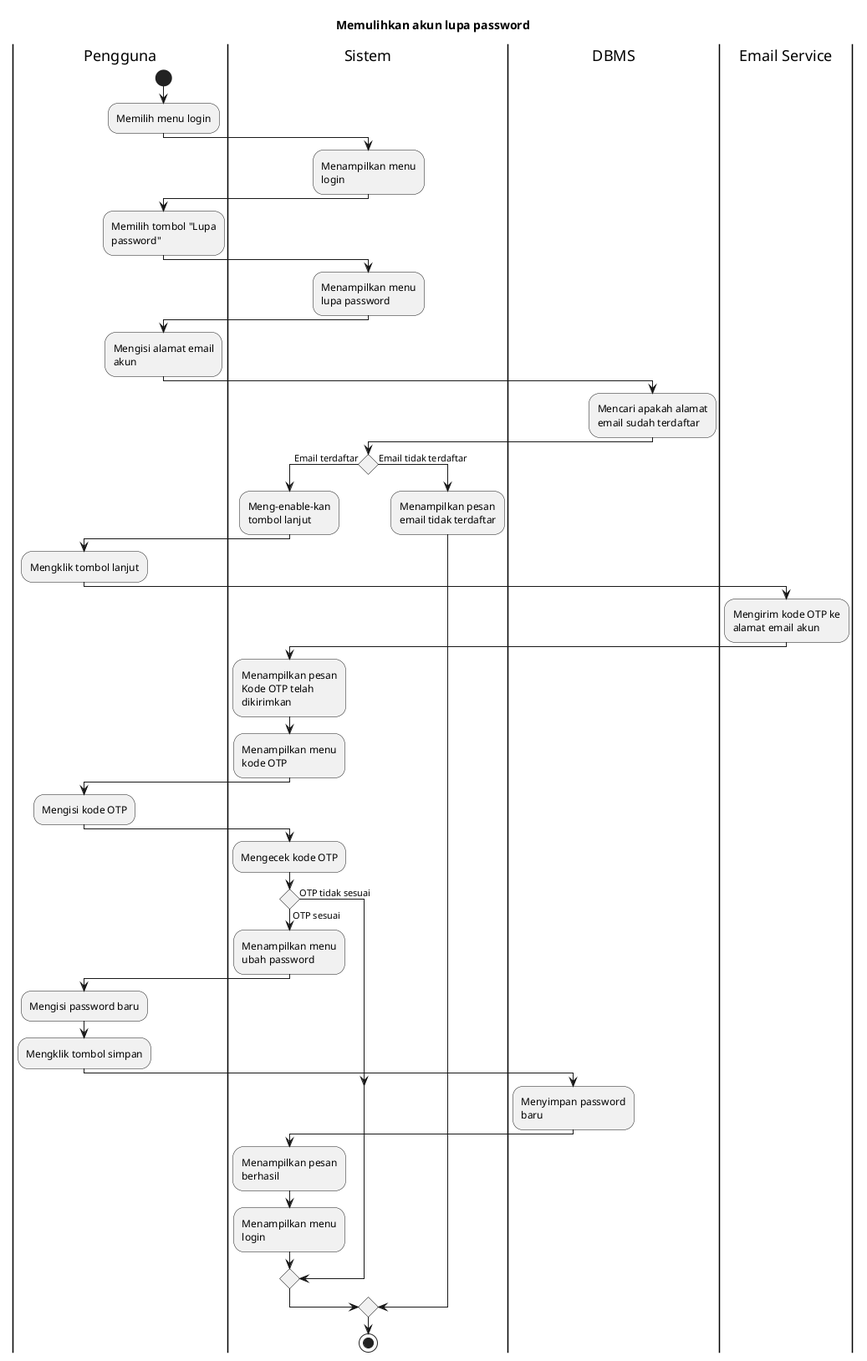
Before: export/Activity Diagrams/UC-AUTH - Autentikasi/UC-AUTH-004 - Memulihkan akun lupa password.png, a diagram exported from PlantUML (bagusNA/appl-diagrams).
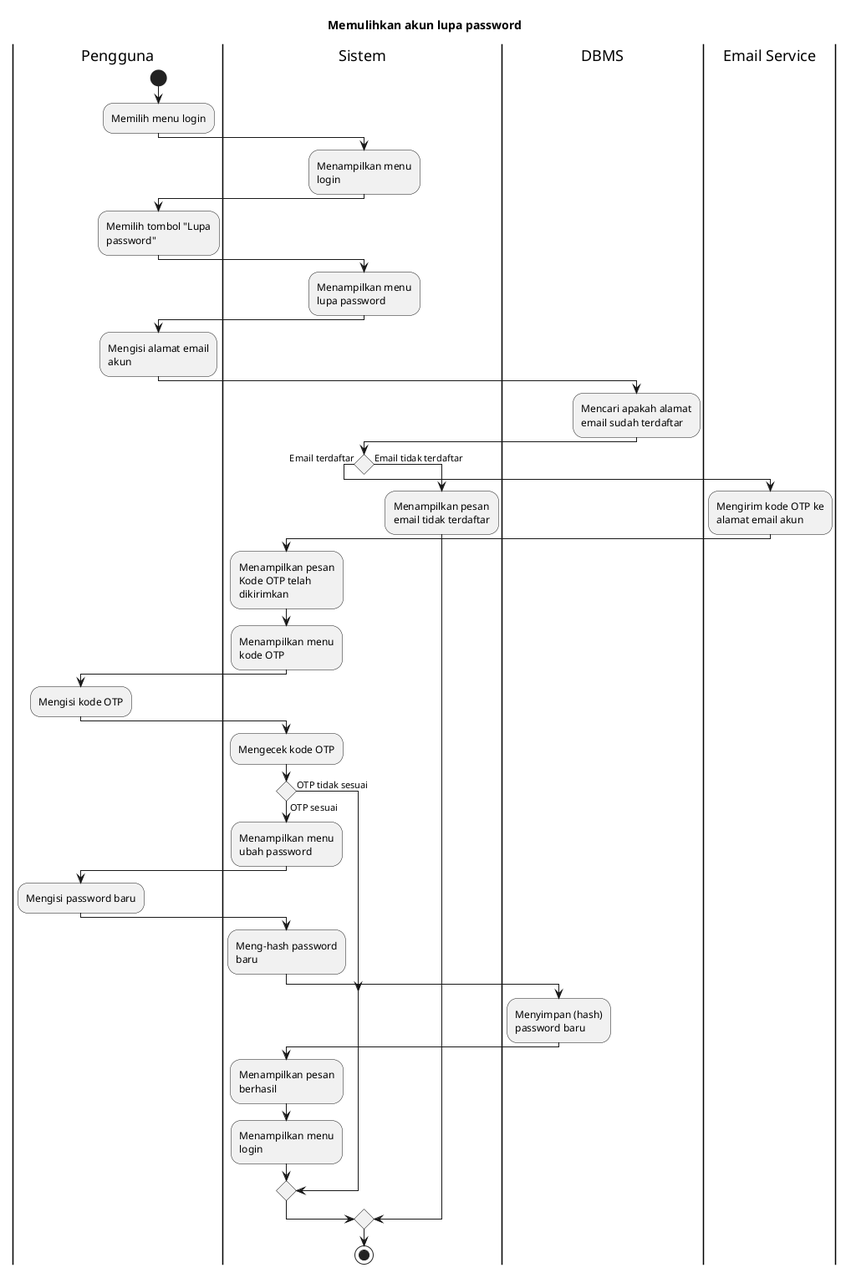
Above is the later version.

Change to the diagram source:
```diff
@@ -25,11 +25,6 @@
 
 |Sistem|
 if () then (Email terdaftar)
-  :Meng-enable-kan tombol lanjut;
-
-  |Pengguna|
-  :Mengklik tombol lanjut;
-
   |Email Service|
   :Mengirim kode OTP ke alamat email akun;
 
@@ -49,10 +44,12 @@
 
     |Pengguna|
     :Mengisi password baru;
-    :Mengklik tombol simpan;
+
+    |Sistem|
+    :Meng-hash password baru;
 
     |DBMS|
-    :Menyimpan password baru;
+    :Menyimpan (hash) password baru;
 
     |Sistem|
     :Menampilkan pesan berhasil;
```
